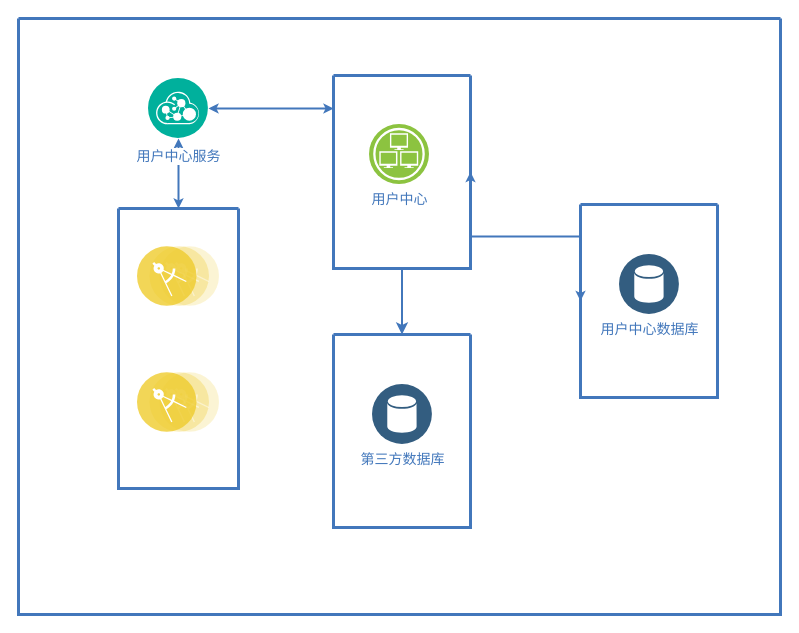
yigoC/test keeps this draw.io diagram as Untitled Diagram.drawio. Above is the earlier version. Source tidied: cells renumbered, new cells numbered last; positions are measured from the earlier drawing's top-left corner, leaving out a move shared by most shapes. Both pictures are drawn from the tidied source at 100%, with x=0, y=0 at pixel (18, 18).
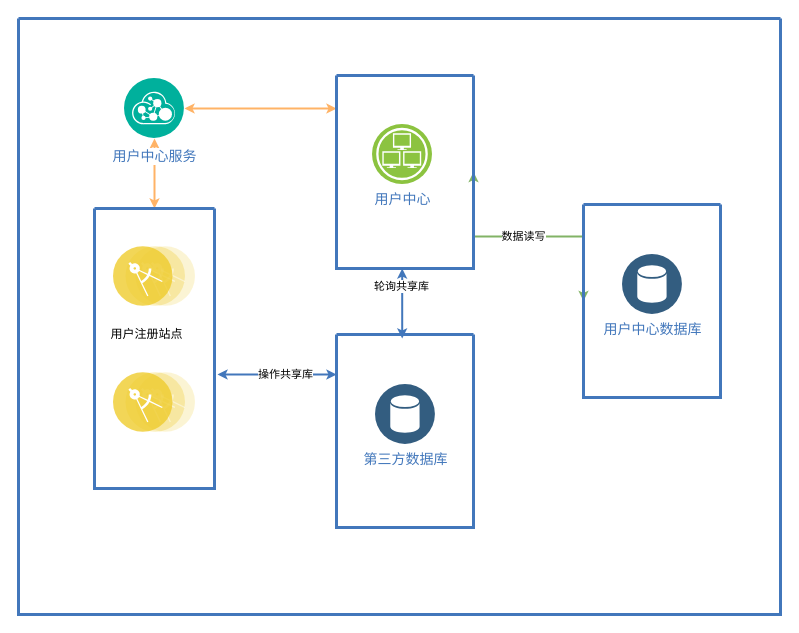
Above is the later version.

The change refers to these unchanged cells:
```xml
<mxCell id="2" style="swimlane;shadow=0;strokeColor=#4277BB;fillColor=#ffffff;fontColor=#4277BB;align=right;startSize=0;strokeWidth=3;" parent="1" vertex="1">
  <mxGeometry width="762" height="596" as="geometry" />
</mxCell>
```

The edit, as a diff of the source:
```diff
@@
-    <mxCell id="3" style="edgeStyle=elbowEdgeStyle;rounded=0;elbow=vertical;html=1;labelBackgroundColor=#ffffff;startArrow=classic;startFill=1;startSize=4;endArrow=classic;endFill=1;endSize=4;jettySize=auto;strokeColor=#4277BB;strokeWidth=2;fontSize=14;fontColor=#4277BB;" parent="2" edge="1" source="6" target="10">
+    <mxCell id="3" style="edgeStyle=elbowEdgeStyle;rounded=0;elbow=vertical;html=1;labelBackgroundColor=#ffffff;startArrow=classic;startFill=1;startSize=4;endArrow=classic;endFill=1;endSize=4;jettySize=auto;strokeWidth=2;fontSize=14;fontColor=#4277BB;strokeColor=#FFB366;" parent="2" edge="1" source="6" target="10">
       <mxGeometry relative="1" as="geometry" />
     </mxCell>
-    <mxCell id="4" style="edgeStyle=elbowEdgeStyle;rounded=0;elbow=vertical;html=1;labelBackgroundColor=#ffffff;startArrow=classic;startFill=1;startSize=4;endArrow=classic;endFill=1;endSize=4;jettySize=auto;strokeColor=#4277BB;strokeWidth=2;fontSize=14;fontColor=#4277BB;entryX=0;entryY=0.5;entryDx=0;entryDy=0;exitX=1;exitY=0.5;exitDx=0;exitDy=0;" parent="2" edge="1" source="10" target="14">
+    <mxCell id="4" style="edgeStyle=elbowEdgeStyle;rounded=0;elbow=vertical;html=1;labelBackgroundColor=#ffffff;startArrow=classic;startFill=1;startSize=4;endArrow=classic;endFill=1;endSize=4;jettySize=auto;strokeWidth=2;fontSize=14;fontColor=#4277BB;entryX=0;entryY=0.5;entryDx=0;entryDy=0;exitX=1;exitY=0.5;exitDx=0;exitDy=0;strokeColor=#82b366;fillColor=#d5e8d4;" parent="2" edge="1" source="10" target="14">
       <mxGeometry relative="1" as="geometry" />
     </mxCell>
+    <mxCell id="17" value="数据读写" style="edgeLabel;html=1;align=center;verticalAlign=middle;" parent="4" vertex="1">
+      <mxGeometry x="-0.05" y="1" relative="1" as="geometry" />
+    </mxCell>
-    <mxCell id="5" style="edgeStyle=elbowEdgeStyle;rounded=0;elbow=vertical;html=1;labelBackgroundColor=#ffffff;startArrow=classic;startFill=1;startSize=4;endArrow=classic;endFill=1;endSize=4;jettySize=auto;strokeColor=#4277BB;strokeWidth=2;fontSize=14;fontColor=#4277BB;" parent="2" edge="1" source="6" target="7">
+    <mxCell id="5" style="edgeStyle=elbowEdgeStyle;rounded=0;elbow=vertical;html=1;labelBackgroundColor=#ffffff;startArrow=classic;startFill=1;startSize=4;endArrow=classic;endFill=1;endSize=4;jettySize=auto;strokeWidth=2;fontSize=14;fontColor=#4277BB;strokeColor=#FFB366;" parent="2" edge="1" source="6" target="7">
       <mxGeometry relative="1" as="geometry" />
     </mxCell>
     <mxCell id="6" value="用户中心服务" style="perimeter=ellipsePerimeter;html=1;align=center;shadow=0;dashed=0;image;image=img/lib/ibm/management/api_management.svg;rounded=1;labelBackgroundColor=#ffffff;strokeColor=#666666;strokeWidth=3;fillColor=#C2952D;gradientColor=none;fontSize=14;fontColor=#4277BB;spacingTop=3;" parent="2" vertex="1">
-      <mxGeometry x="130" y="60" width="60" height="60" as="geometry" />
+      <mxGeometry x="106" y="60" width="60" height="60" as="geometry" />
     </mxCell>
     <mxCell id="7" style="swimlane;shadow=0;strokeColor=#4277BB;fillColor=#ffffff;fontColor=#4277BB;align=right;startSize=0;strokeWidth=3;" parent="2" vertex="1">
-      <mxGeometry x="100" y="190" width="120" height="280" as="geometry" />
+      <mxGeometry x="76" y="190" width="120" height="280" as="geometry" />
     </mxCell>
@@
+    <mxCell id="18" value="用户注册站点" style="text;html=1;align=center;verticalAlign=middle;" parent="7" vertex="1">
+      <mxGeometry x="7" y="116" width="90" height="20" as="geometry" />
+    </mxCell>
     <mxCell id="10" style="swimlane;shadow=0;strokeColor=#4277BB;fillColor=#ffffff;fontColor=#4277BB;align=right;startSize=0;strokeWidth=3;" parent="2" vertex="1">
-      <mxGeometry x="315" y="57" width="137" height="193" as="geometry" />
+      <mxGeometry x="318" y="57" width="137" height="193" as="geometry" />
     </mxCell>
@@
     <mxCell id="12" style="swimlane;shadow=0;strokeColor=#4277BB;fillColor=#ffffff;fontColor=#4277BB;align=right;startSize=0;strokeWidth=3;" parent="2" vertex="1">
-      <mxGeometry x="315" y="316" width="137" height="193" as="geometry" />
+      <mxGeometry x="318" y="316" width="137" height="193" as="geometry" />
     </mxCell>
@@
     <mxCell id="14" style="swimlane;shadow=0;strokeColor=#4277BB;fillColor=#ffffff;fontColor=#4277BB;align=right;startSize=0;strokeWidth=3;" parent="2" vertex="1">
-      <mxGeometry x="562" y="186" width="137" height="193" as="geometry" />
+      <mxGeometry x="565" y="186" width="137" height="193" as="geometry" />
     </mxCell>
@@
-    <mxCell id="16" style="endArrow=classic;html=1;rounded=0;strokeWidth=2;strokeColor=#4277BB;entryX=0.5;entryY=0;entryDx=0;entryDy=0;exitX=0.5;exitY=1;exitDx=0;exitDy=0;" parent="2" edge="1" source="10" target="12">
-      <mxGeometry relative="1" as="geometry" />
-    </mxCell>
+    <mxCell id="19" style="edgeStyle=elbowEdgeStyle;rounded=0;elbow=vertical;html=1;labelBackgroundColor=#ffffff;startArrow=classic;startFill=1;startSize=4;endArrow=classic;endFill=1;endSize=4;jettySize=auto;strokeColor=#4277BB;strokeWidth=2;fontSize=14;fontColor=#4277BB;" parent="2" edge="1" target="12">
+      <mxGeometry relative="1" as="geometry">
+        <mxPoint x="199" y="356" as="sourcePoint" />
+        <Array as="points">
+          <mxPoint x="199" y="356" />
+        </Array>
+      </mxGeometry>
+    </mxCell>
+    <mxCell id="20" value="操作共享库" style="edgeLabel;html=1;align=center;verticalAlign=middle;" parent="19" vertex="1">
+      <mxGeometry x="0.13" y="1" relative="1" as="geometry" />
+    </mxCell>
+    <mxCell id="21" style="edgeStyle=elbowEdgeStyle;rounded=0;elbow=vertical;html=1;labelBackgroundColor=#ffffff;startArrow=classic;startFill=1;startSize=4;endArrow=classic;endFill=1;endSize=4;jettySize=auto;orthogonalLoop=1;strokeWidth=2;fontSize=14;fontColor=#4277BB;strokeColor=#4277BB;" parent="2" edge="1">
+      <mxGeometry relative="1" as="geometry">
+        <mxPoint x="383.7" y="250" as="sourcePoint" />
+        <mxPoint x="383.7" y="320" as="targetPoint" />
+      </mxGeometry>
+    </mxCell>
+    <mxCell id="22" value="轮询共享库" style="edgeLabel;html=1;align=center;verticalAlign=middle;" parent="21" vertex="1">
+      <mxGeometry y="18" relative="1" as="geometry">
+        <mxPoint x="-19" y="-18" as="offset" />
+      </mxGeometry>
+    </mxCell>
```
